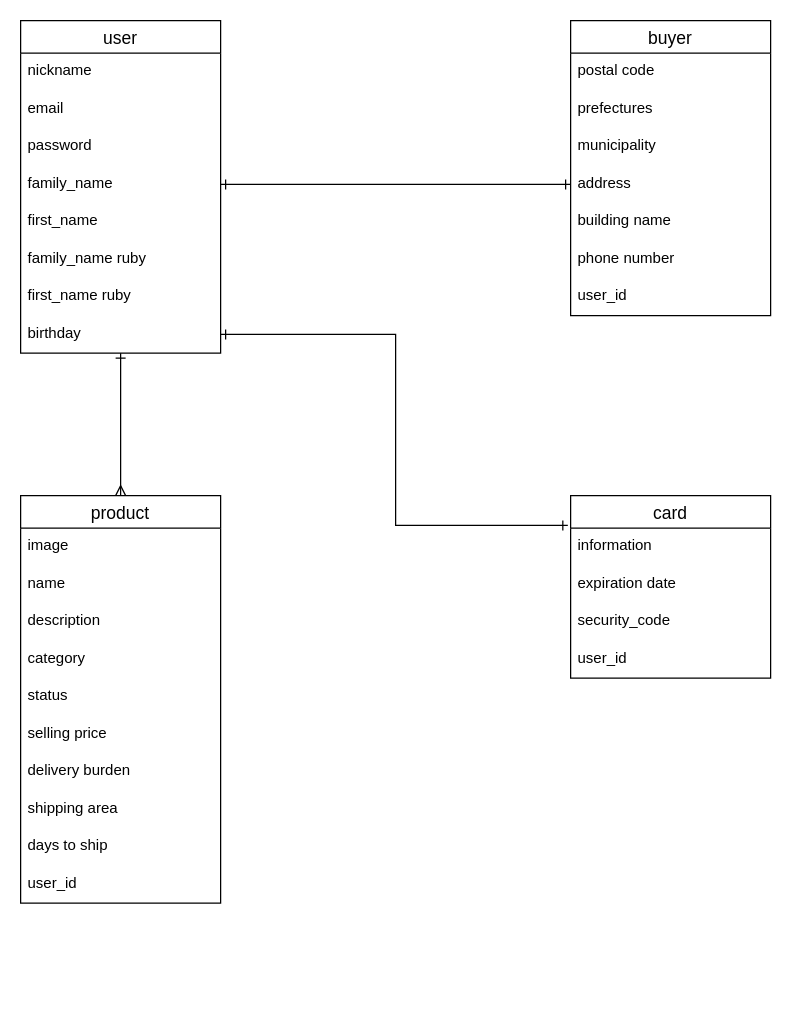
This is ER図.dio from 95yuki0305/furima-35586, a draw.io file, before an edit. Source tidied: cells renumbered, new cells numbered last; positions are measured from the earlier drawing's top-left corner, leaving out a move shared by most shapes. Both pictures are drawn from the tidied source at 125%, with x=0, y=0 at pixel (20, 20).
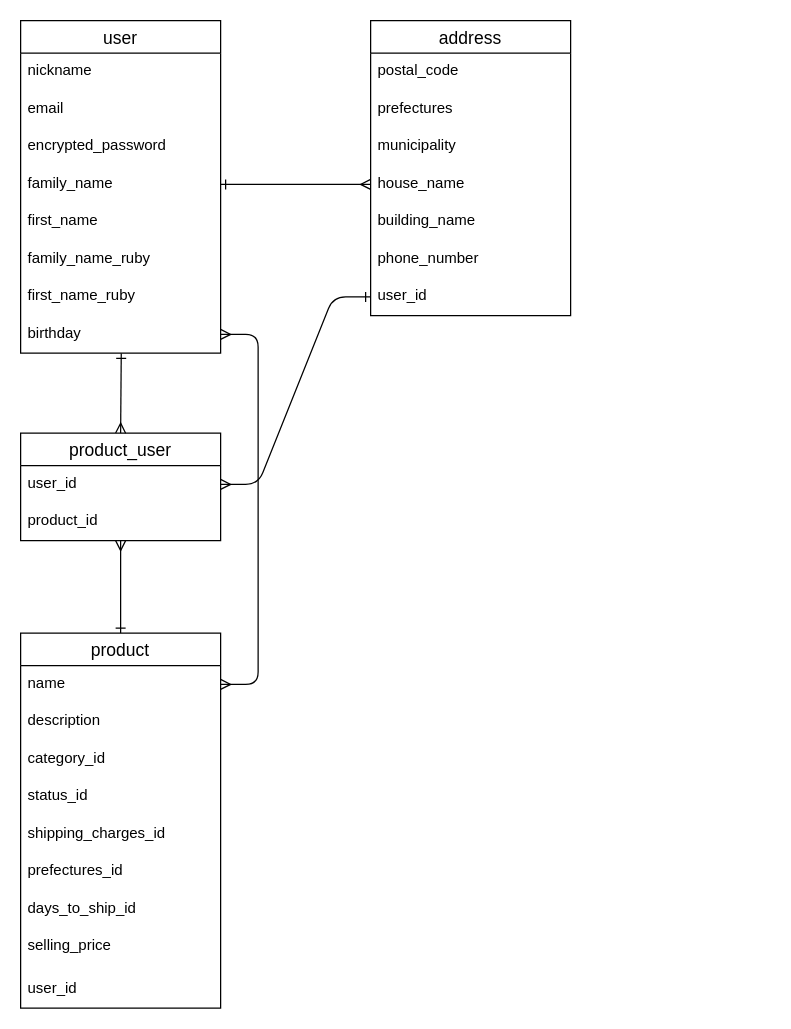
The same diagram, later.

Unchanged cells that the change refers to:
```xml
<mxCell id="2" value="user" style="swimlane;fontStyle=0;horizontal=1;startSize=26;align=center;fontSize=14;rounded=0;sketch=0;" parent="1" vertex="1">
  <mxGeometry width="160" height="266" as="geometry" />
</mxCell>
<mxCell id="6" value="family_name" style="text;strokeColor=none;fillColor=none;spacingLeft=4;spacingRight=4;overflow=hidden;points=[[0,0.5],[1,0.5]];portConstraint=eastwest;fontSize=12;" parent="2" vertex="1">
  <mxGeometry y="116" width="160" height="30" as="geometry" />
</mxCell>
<mxCell id="10" value="birthday" style="text;strokeColor=none;fillColor=none;spacingLeft=4;spacingRight=4;overflow=hidden;points=[[0,0.5],[1,0.5]];portConstraint=eastwest;fontSize=12;" parent="2" vertex="1">
  <mxGeometry y="236" width="160" height="30" as="geometry" />
</mxCell>
<mxCell id="23" value="user_id" style="text;strokeColor=none;fillColor=none;spacingLeft=4;spacingRight=4;overflow=hidden;points=[[0,0.5],[1,0.5]];portConstraint=eastwest;fontSize=12;" parent="16" vertex="1">
  <mxGeometry y="206" width="160" height="30" as="geometry" />
</mxCell>
```

Change to the diagram source:
```diff
@@
+    <mxCell id="38" style="endArrow=ERmany;html=1;rounded=0;exitX=0.5;exitY=0;exitDx=0;exitDy=0;startArrow=ERone;startFill=0;endFill=0;fontSize=11;" parent="1" edge="1" source="24" target="41">
+      <mxGeometry relative="1" as="geometry" />
+    </mxCell>
@@
-    <mxCell id="5" value="password" style="text;strokeColor=none;fillColor=none;spacingLeft=4;spacingRight=4;overflow=hidden;fontSize=12;" parent="2" vertex="1">
+    <mxCell id="5" value="encrypted_password" style="text;strokeColor=none;fillColor=none;spacingLeft=4;spacingRight=4;overflow=hidden;fontSize=12;" parent="2" vertex="1">
       <mxGeometry y="86" width="160" height="30" as="geometry" />
     </mxCell>
@@
-    <mxCell id="8" value="family_name ruby" style="text;strokeColor=none;fillColor=none;spacingLeft=4;spacingRight=4;overflow=hidden;fontSize=12;" parent="2" vertex="1">
+    <mxCell id="8" value="family_name_ruby" style="text;strokeColor=none;fillColor=none;spacingLeft=4;spacingRight=4;overflow=hidden;fontSize=12;" parent="2" vertex="1">
       <mxGeometry y="176" width="160" height="30" as="geometry" />
     </mxCell>
-    <mxCell id="9" value="first_name ruby" style="text;strokeColor=none;fillColor=none;spacingLeft=4;spacingRight=4;overflow=hidden;fontSize=12;" parent="2" vertex="1">
+    <mxCell id="9" value="first_name_ruby" style="text;strokeColor=none;fillColor=none;spacingLeft=4;spacingRight=4;overflow=hidden;fontSize=12;" parent="2" vertex="1">
       <mxGeometry y="206" width="160" height="30" as="geometry" />
     </mxCell>
@@
-    <mxCell id="11" value="card" style="swimlane;fontStyle=0;horizontal=1;startSize=26;align=center;fontSize=14;rounded=0;sketch=0;" parent="1" vertex="1">
-      <mxGeometry x="440" y="380" width="160" height="146" as="geometry" />
-    </mxCell>
-    <mxCell id="12" value="information" style="text;strokeColor=none;fillColor=none;spacingLeft=4;spacingRight=4;overflow=hidden;points=[[0,0.5],[1,0.5]];portConstraint=eastwest;fontSize=12;" parent="11" vertex="1">
-      <mxGeometry y="26" width="160" height="30" as="geometry" />
-    </mxCell>
-    <mxCell id="13" value="expiration date" style="text;strokeColor=none;fillColor=none;spacingLeft=4;spacingRight=4;overflow=hidden;fontSize=12;" parent="11" vertex="1">
-      <mxGeometry y="56" width="160" height="30" as="geometry" />
-    </mxCell>
-    <mxCell id="14" value="security_code" style="text;strokeColor=none;fillColor=none;spacingLeft=4;spacingRight=4;overflow=hidden;fontSize=12;" parent="11" vertex="1">
-      <mxGeometry y="86" width="160" height="30" as="geometry" />
-    </mxCell>
-    <mxCell id="15" value="user_id" style="text;strokeColor=none;fillColor=none;spacingLeft=4;spacingRight=4;overflow=hidden;points=[[0,0.5],[1,0.5]];portConstraint=eastwest;fontSize=12;" parent="11" vertex="1">
-      <mxGeometry y="116" width="160" height="30" as="geometry" />
-    </mxCell>
-    <mxCell id="16" value="buyer" style="swimlane;fontStyle=0;horizontal=1;startSize=26;align=center;fontSize=14;rounded=0;sketch=0;" parent="1" vertex="1">
-      <mxGeometry x="440" width="160" height="236" as="geometry" />
+    <mxCell id="16" value="address" style="swimlane;fontStyle=0;horizontal=1;startSize=26;align=center;fontSize=14;rounded=0;sketch=0;" parent="1" vertex="1">
+      <mxGeometry x="280" width="160" height="236" as="geometry" />
     </mxCell>
-    <mxCell id="17" value="postal code" style="text;strokeColor=none;fillColor=none;spacingLeft=4;spacingRight=4;overflow=hidden;fontSize=12;" parent="16" vertex="1">
+    <mxCell id="17" value="postal_code" style="text;strokeColor=none;fillColor=none;spacingLeft=4;spacingRight=4;overflow=hidden;fontSize=12;" parent="16" vertex="1">
       <mxGeometry y="26" width="160" height="30" as="geometry" />
     </mxCell>
@@
-    <mxCell id="20" value="address" style="text;strokeColor=none;fillColor=none;spacingLeft=4;spacingRight=4;overflow=hidden;points=[[0,0.5],[1,0.5]];portConstraint=eastwest;fontSize=12;" parent="16" vertex="1">
+    <mxCell id="20" value="house_name" style="text;strokeColor=none;fillColor=none;spacingLeft=4;spacingRight=4;overflow=hidden;points=[[0,0.5],[1,0.5]];portConstraint=eastwest;fontSize=12;" parent="16" vertex="1">
       <mxGeometry y="116" width="160" height="30" as="geometry" />
     </mxCell>
-    <mxCell id="21" value="building name" style="text;strokeColor=none;fillColor=none;spacingLeft=4;spacingRight=4;overflow=hidden;fontSize=12;" parent="16" vertex="1">
+    <mxCell id="21" value="building_name" style="text;strokeColor=none;fillColor=none;spacingLeft=4;spacingRight=4;overflow=hidden;fontSize=12;" parent="16" vertex="1">
       <mxGeometry y="146" width="160" height="30" as="geometry" />
     </mxCell>
-    <mxCell id="22" value="phone number" style="text;strokeColor=none;fillColor=none;spacingLeft=4;spacingRight=4;overflow=hidden;fontSize=12;" parent="16" vertex="1">
+    <mxCell id="22" value="phone_number" style="text;strokeColor=none;fillColor=none;spacingLeft=4;spacingRight=4;overflow=hidden;fontSize=12;" parent="16" vertex="1">
       <mxGeometry y="176" width="160" height="30" as="geometry" />
     </mxCell>
@@
     <mxCell id="24" value="product" style="swimlane;fontStyle=0;horizontal=1;startSize=26;align=center;fontSize=14;rounded=0;sketch=0;" parent="1" vertex="1">
-      <mxGeometry y="380" width="160" height="326" as="geometry" />
+      <mxGeometry y="490" width="160" height="300" as="geometry" />
     </mxCell>
-    <mxCell id="25" value="image" style="text;strokeColor=none;fillColor=none;spacingLeft=4;spacingRight=4;overflow=hidden;fontSize=12;" parent="24" vertex="1">
-      <mxGeometry y="26" width="160" height="30" as="geometry" />
-    </mxCell>
     <mxCell id="26" value="name" style="text;strokeColor=none;fillColor=none;spacingLeft=4;spacingRight=4;overflow=hidden;fontSize=12;" parent="24" vertex="1">
-      <mxGeometry y="56" width="160" height="30" as="geometry" />
+      <mxGeometry y="26" width="160" height="30" as="geometry" />
     </mxCell>
     <mxCell id="27" value="description" style="text;strokeColor=none;fillColor=none;spacingLeft=4;spacingRight=4;overflow=hidden;fontSize=12;" parent="24" vertex="1">
-      <mxGeometry y="86" width="160" height="30" as="geometry" />
+      <mxGeometry y="56" width="160" height="30" as="geometry" />
     </mxCell>
-    <mxCell id="28" value="category" style="text;strokeColor=none;fillColor=none;spacingLeft=4;spacingRight=4;overflow=hidden;fontSize=12;" parent="24" vertex="1">
-      <mxGeometry y="116" width="160" height="30" as="geometry" />
+    <mxCell id="28" value="category_id" style="text;strokeColor=none;fillColor=none;spacingLeft=4;spacingRight=4;overflow=hidden;fontSize=12;" parent="24" vertex="1">
+      <mxGeometry y="86" width="160" height="30" as="geometry" />
     </mxCell>
-    <mxCell id="29" value="status" style="text;strokeColor=none;fillColor=none;spacingLeft=4;spacingRight=4;overflow=hidden;fontSize=12;" parent="24" vertex="1">
-      <mxGeometry y="146" width="160" height="30" as="geometry" />
+    <mxCell id="29" value="status_id" style="text;strokeColor=none;fillColor=none;spacingLeft=4;spacingRight=4;overflow=hidden;fontSize=12;" parent="24" vertex="1">
+      <mxGeometry y="116" width="160" height="30" as="geometry" />
     </mxCell>
-    <mxCell id="30" value="selling price" style="text;strokeColor=none;fillColor=none;spacingLeft=4;spacingRight=4;overflow=hidden;fontSize=12;" parent="24" vertex="1">
-      <mxGeometry y="176" width="160" height="30" as="geometry" />
+    <mxCell id="30" value="shipping_charges_id" style="text;strokeColor=none;fillColor=none;spacingLeft=4;spacingRight=4;overflow=hidden;fontSize=12;" parent="24" vertex="1">
+      <mxGeometry y="146" width="160" height="30" as="geometry" />
     </mxCell>
-    <mxCell id="31" value="delivery burden" style="text;strokeColor=none;fillColor=none;spacingLeft=4;spacingRight=4;overflow=hidden;fontSize=12;" parent="24" vertex="1">
-      <mxGeometry y="206" width="160" height="30" as="geometry" />
-    </mxCell>
-    <mxCell id="32" value="shipping area" style="text;strokeColor=none;fillColor=none;spacingLeft=4;spacingRight=4;overflow=hidden;fontSize=12;" parent="24" vertex="1">
-      <mxGeometry y="236" width="160" height="30" as="geometry" />
+    <mxCell id="32" value="prefectures_id" style="text;strokeColor=none;fillColor=none;spacingLeft=4;spacingRight=4;overflow=hidden;fontSize=12;" parent="24" vertex="1">
+      <mxGeometry y="176" width="160" height="30" as="geometry" />
     </mxCell>
-    <mxCell id="33" value="days to ship" style="text;strokeColor=none;fillColor=none;spacingLeft=4;spacingRight=4;overflow=hidden;fontSize=12;" parent="24" vertex="1">
-      <mxGeometry y="266" width="160" height="30" as="geometry" />
+    <mxCell id="33" value="days_to_ship_id" style="text;strokeColor=none;fillColor=none;spacingLeft=4;spacingRight=4;overflow=hidden;fontSize=12;" parent="24" vertex="1">
+      <mxGeometry y="206" width="160" height="30" as="geometry" />
     </mxCell>
+    <mxCell id="39" value="selling_price" style="text;strokeColor=none;fillColor=none;spacingLeft=4;spacingRight=4;overflow=hidden;fontSize=12;" parent="24" vertex="1">
+      <mxGeometry y="236" width="160" height="34" as="geometry" />
+    </mxCell>
     <mxCell id="34" value="user_id" style="text;strokeColor=none;fillColor=none;spacingLeft=4;spacingRight=4;overflow=hidden;fontSize=12;" parent="24" vertex="1">
-      <mxGeometry y="296" width="160" height="30" as="geometry" />
+      <mxGeometry y="270" width="160" height="30" as="geometry" />
     </mxCell>
-    <mxCell id="35" style="endArrow=ERmany;html=1;rounded=0;startArrow=ERone;startFill=0;entryX=0.5;entryY=0;entryDx=0;entryDy=0;endFill=0;" parent="1" edge="1" source="10" target="24">
-      <mxGeometry relative="1" as="geometry">
-        <Array as="points">
-          <mxPoint x="80" y="330" />
-        </Array>
-      </mxGeometry>
-    </mxCell>
-    <mxCell id="36" style="edgeStyle=orthogonalEdgeStyle;rounded=0;jettySize=auto;html=1;exitX=1;exitY=0.5;exitDx=0;exitDy=0;entryX=0;entryY=0.5;entryDx=0;entryDy=0;startArrow=ERone;startFill=0;endArrow=ERone;endFill=0;" parent="1" edge="1" source="6" target="20">
+    <mxCell id="36" style="edgeStyle=orthogonalEdgeStyle;rounded=0;jettySize=auto;html=1;exitX=1;exitY=0.5;exitDx=0;exitDy=0;entryX=0;entryY=0.5;entryDx=0;entryDy=0;startArrow=ERone;startFill=0;endArrow=ERmany;endFill=0;" parent="1" edge="1" source="6" target="20">
       <mxGeometry relative="1" as="geometry" />
     </mxCell>
+    <mxCell id="40" value="product_user" style="swimlane;fontStyle=0;horizontal=1;startSize=26;align=center;fontSize=14;rounded=0;sketch=0;" parent="1" vertex="1">
+      <mxGeometry y="330" width="160" height="86" as="geometry" />
+    </mxCell>
+    <mxCell id="15" value="user_id" style="text;strokeColor=none;fillColor=none;spacingLeft=4;spacingRight=4;overflow=hidden;points=[[0,0.5],[1,0.5]];portConstraint=eastwest;fontSize=12;" parent="40" vertex="1">
+      <mxGeometry y="26" width="160" height="30" as="geometry" />
+    </mxCell>
+    <mxCell id="41" value="product_id" style="text;strokeColor=none;fillColor=none;spacingLeft=4;spacingRight=4;overflow=hidden;points=[[0,0.5],[1,0.5]];portConstraint=eastwest;fontSize=12;" parent="40" vertex="1">
+      <mxGeometry y="56" width="160" height="30" as="geometry" />
+    </mxCell>
-    <mxCell id="37" style="edgeStyle=orthogonalEdgeStyle;rounded=0;jettySize=auto;html=1;exitX=1;exitY=0.5;exitDx=0;exitDy=0;entryX=-0.014;entryY=-0.072;entryDx=0;entryDy=0;entryPerimeter=0;startArrow=ERone;startFill=0;endArrow=ERone;endFill=0;" parent="1" edge="1" source="10" target="12">
+    <mxCell id="37" style="edgeStyle=orthogonalEdgeStyle;rounded=0;jettySize=auto;html=1;exitX=1;exitY=0.5;exitDx=0;exitDy=0;entryX=-0.014;entryY=-0.072;entryDx=0;entryDy=0;entryPerimeter=0;startArrow=ERone;startFill=0;endArrow=ERone;endFill=0;" parent="1" edge="1" source="10">
       <mxGeometry relative="1" as="geometry" />
     </mxCell>
+    <mxCell id="42" style="endArrow=ERmany;html=1;rounded=0;exitX=0.503;exitY=1.006;exitDx=0;exitDy=0;exitPerimeter=0;entryX=0.5;entryY=0;entryDx=0;entryDy=0;endFill=0;startArrow=ERone;startFill=0;" parent="1" edge="1" target="40">
+      <mxGeometry relative="1" as="geometry">
+        <mxPoint x="80.5" y="266.2" as="sourcePoint" />
+      </mxGeometry>
+    </mxCell>
+    <mxCell id="43" style="edgeStyle=entityRelationEdgeStyle;fontSize=12;html=1;endArrow=ERmany;startArrow=ERmany;entryX=1;entryY=0.5;entryDx=0;entryDy=0;exitX=1;exitY=0.5;exitDx=0;exitDy=0;" parent="1" edge="1" target="10">
+      <mxGeometry relative="1" as="geometry">
+        <mxPoint x="160" y="531" as="sourcePoint" />
+      </mxGeometry>
+    </mxCell>
+    <mxCell id="44" style="edgeStyle=entityRelationEdgeStyle;fontSize=12;html=1;endArrow=ERmany;startArrow=ERone;entryX=1;entryY=0.5;entryDx=0;entryDy=0;exitX=0;exitY=0.5;exitDx=0;exitDy=0;startFill=0;" parent="1" edge="1" source="23" target="15">
+      <mxGeometry relative="1" as="geometry" />
+    </mxCell>
```
